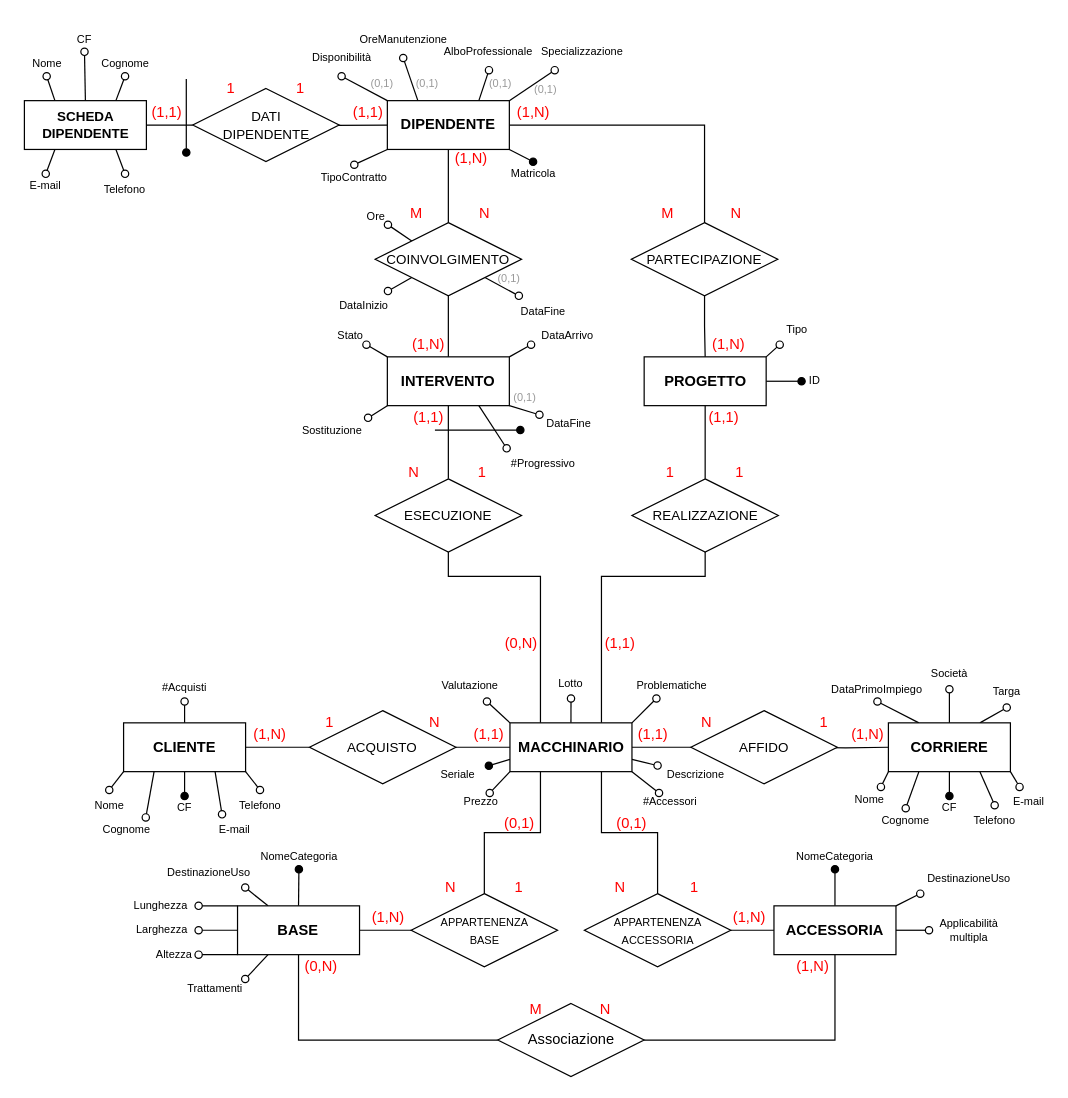
Above: PrimaFase/SchemaER/SchemaER_Definitivo.drawio in MicheleRabesco/MacchinariEstetici (draw.io), before the change. Source tidied: cells renumbered, new cells numbered last; positions are measured from the earlier drawing's top-left corner, leaving out a move shared by most shapes. Both pictures are drawn from the tidied source at 122%, with x=0, y=0 at pixel (21, 21).
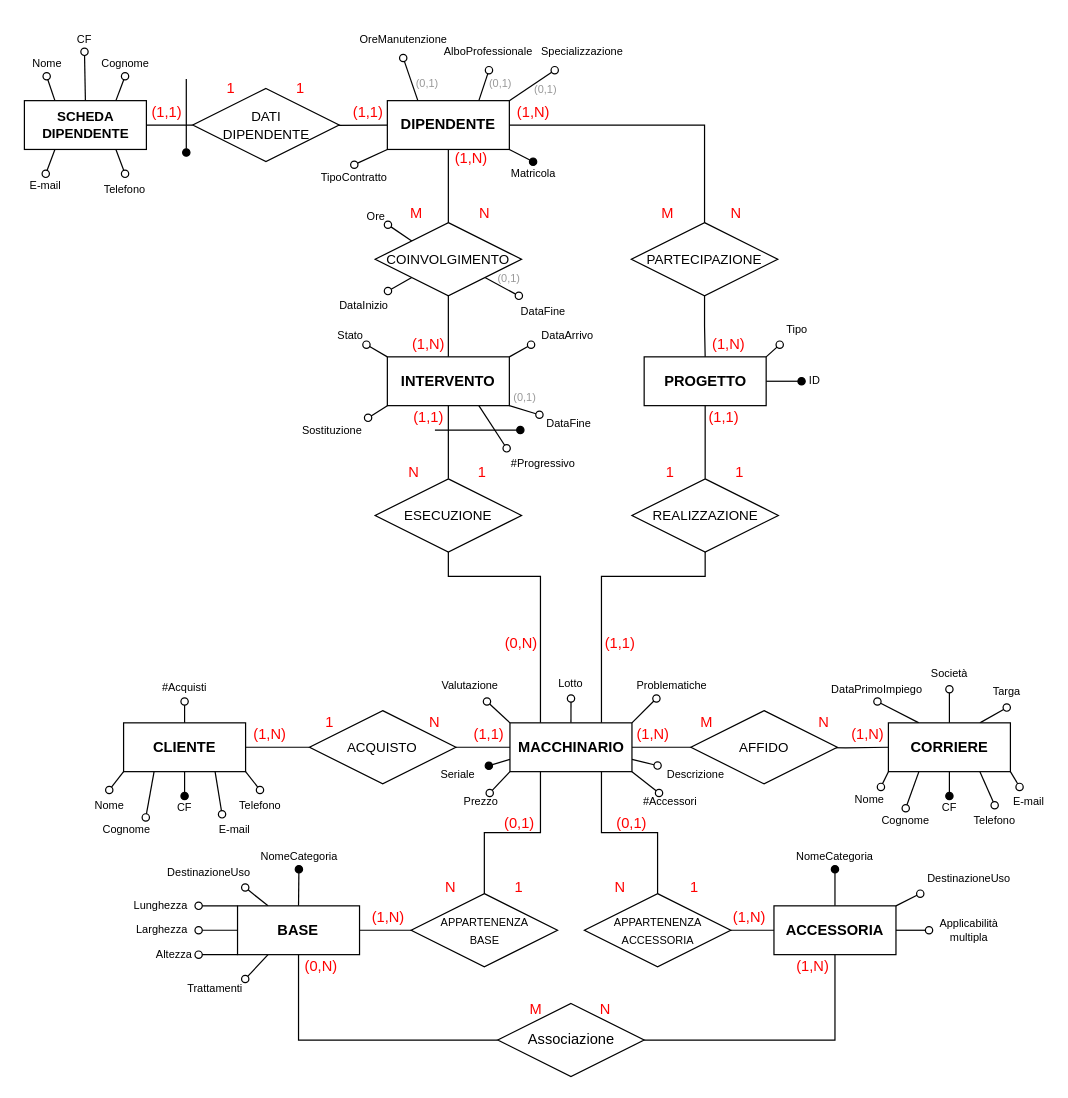
After the change.

The change refers to these unchanged cells:
```xml
<mxCell id="32" value="&lt;b&gt;DIPENDENTE&lt;/b&gt;" style="whiteSpace=wrap;html=1;align=center;" parent="1" vertex="1">
  <mxGeometry x="300" y="65" width="100" height="40" as="geometry" />
</mxCell>
```

The edit, as a diff of the source:
```diff
@@
-    <mxCell id="29" style="edgeStyle=none;rounded=0;jettySize=auto;html=1;exitX=0;exitY=0;exitDx=0;exitDy=0;entryX=0.5;entryY=1;entryDx=0;entryDy=0;endArrow=oval;endFill=0;" parent="1" edge="1" source="32" target="78">
-      <mxGeometry relative="1" as="geometry" />
-    </mxCell>
@@
-    <mxCell id="78" value="Disponibilità" style="text;html=1;strokeColor=none;fillColor=none;align=center;verticalAlign=middle;whiteSpace=wrap;rounded=0;fontSize=9;" parent="1" vertex="1">
-      <mxGeometry x="232.5" y="15" width="60" height="30" as="geometry" />
-    </mxCell>
@@
-    <mxCell id="137" value="(1,1)" style="text;html=1;strokeColor=none;fillColor=none;align=center;verticalAlign=middle;whiteSpace=wrap;rounded=0;fontColor=#FF0000;" parent="1" vertex="1">
+    <mxCell id="137" value="(1,N)" style="text;html=1;strokeColor=none;fillColor=none;align=center;verticalAlign=middle;whiteSpace=wrap;rounded=0;fontColor=#FF0000;" parent="1" vertex="1">
       <mxGeometry x="499.2" y="572.5" width="38" height="25" as="geometry" />
     </mxCell>
@@
-    <mxCell id="148" value="N" style="text;html=1;strokeColor=none;fillColor=none;align=center;verticalAlign=middle;whiteSpace=wrap;rounded=0;fontColor=#FF0000;" parent="1" vertex="1">
+    <mxCell id="148" value="M" style="text;html=1;strokeColor=none;fillColor=none;align=center;verticalAlign=middle;whiteSpace=wrap;rounded=0;fontColor=#FF0000;" parent="1" vertex="1">
       <mxGeometry x="556.8" y="570" width="10" height="10" as="geometry" />
     </mxCell>
-    <mxCell id="149" value="1" style="text;html=1;strokeColor=none;fillColor=none;align=center;verticalAlign=middle;whiteSpace=wrap;rounded=0;fontColor=#FF0000;" parent="1" vertex="1">
+    <mxCell id="149" value="N" style="text;html=1;strokeColor=none;fillColor=none;align=center;verticalAlign=middle;whiteSpace=wrap;rounded=0;fontColor=#FF0000;" parent="1" vertex="1">
       <mxGeometry x="653.2" y="570" width="10" height="10" as="geometry" />
     </mxCell>
@@
-    <mxCell id="186" value="&lt;font style=&quot;font-size: 9px&quot; color=&quot;#999999&quot;&gt;(0,1)&lt;/font&gt;" style="text;html=1;strokeColor=none;fillColor=none;align=center;verticalAlign=middle;whiteSpace=wrap;rounded=0;fontColor=#000000;" parent="1" vertex="1">
-      <mxGeometry x="266.2" y="35" width="60" height="30" as="geometry" />
-    </mxCell>
```
